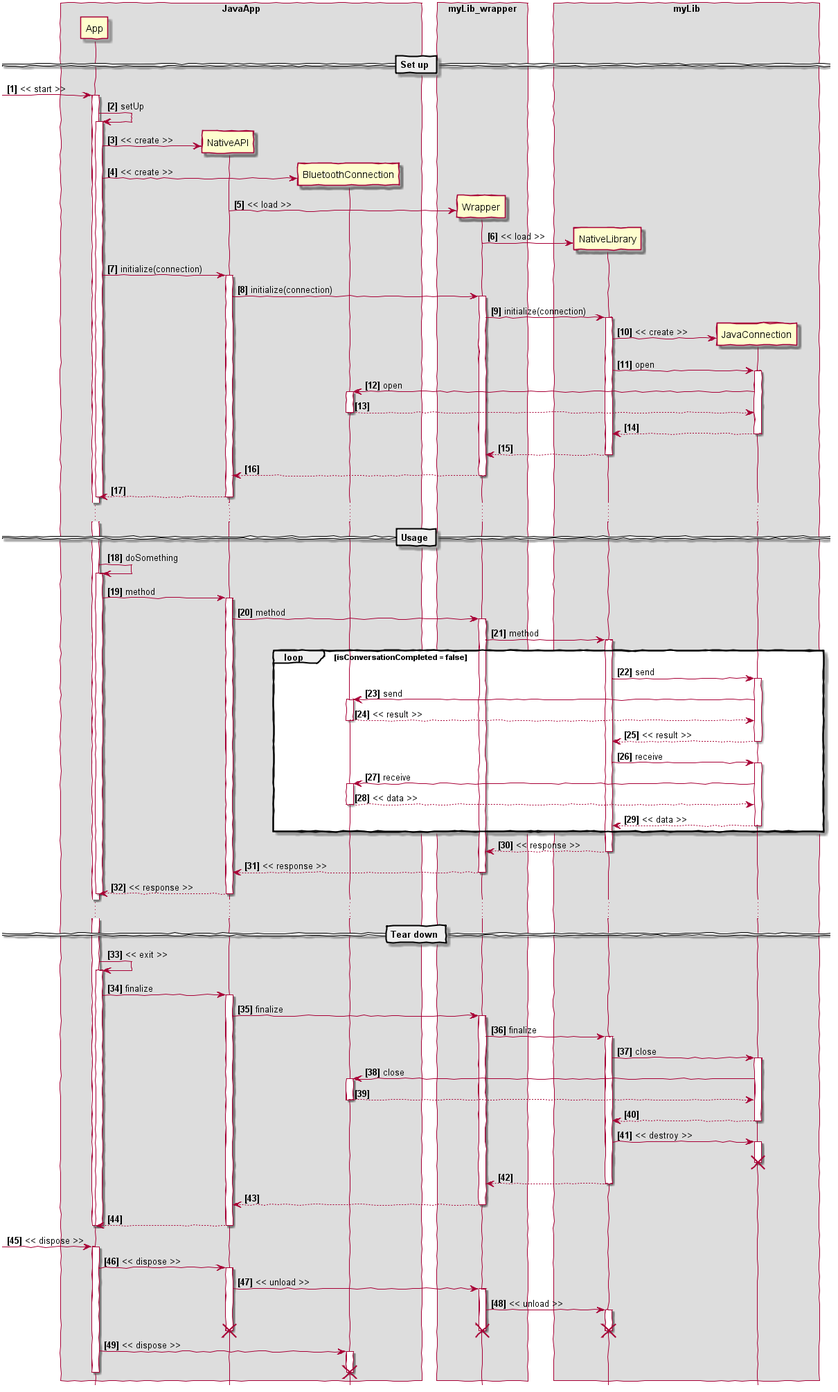
Earlier version of the PlantUML export cpp/img/bluetooth-cpp-android/invoke-sequence-diagram.png (gzuliani/gzuliani.github.io).
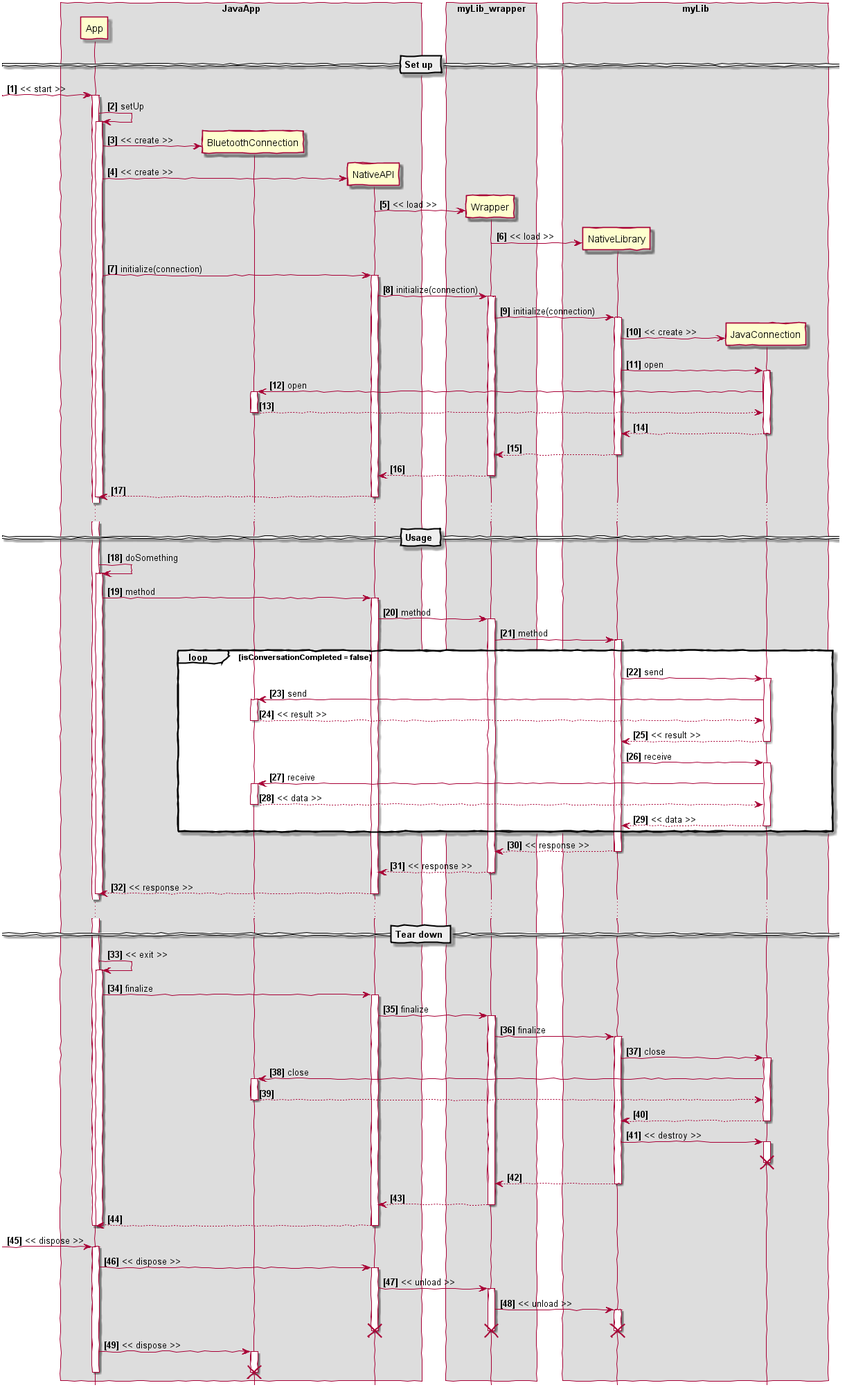
Above is the later version.

Change to the diagram source:
```diff
@@ -10,8 +10,8 @@
 
 box "JavaApp"
 participant App
+participant BluetoothConnection
 participant NativeAPI
-participant BluetoothConnection
 end box
 
 box "myLib_wrapper"
@@ -31,11 +31,11 @@
 App -> App: setUp
 activate App
 
+create BluetoothConnection
+App -> BluetoothConnection: << create >>
+
 create NativeAPI
 App -> NativeAPI: << create >>
-
-create BluetoothConnection
-App -> BluetoothConnection: << create >>
 
 create Wrapper
 NativeAPI -> Wrapper: << load >>
```
